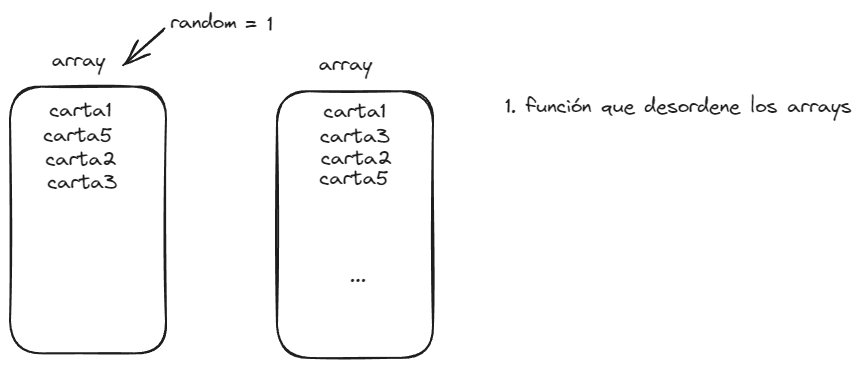
The Excalidraw diagram esquema.excalidraw.png in TCM-Noel/P100_LM, before a commit. Source tidied: one line per element, renumbered; positions are measured from the earlier drawing's top-left corner, leaving out a move shared by most shapes.
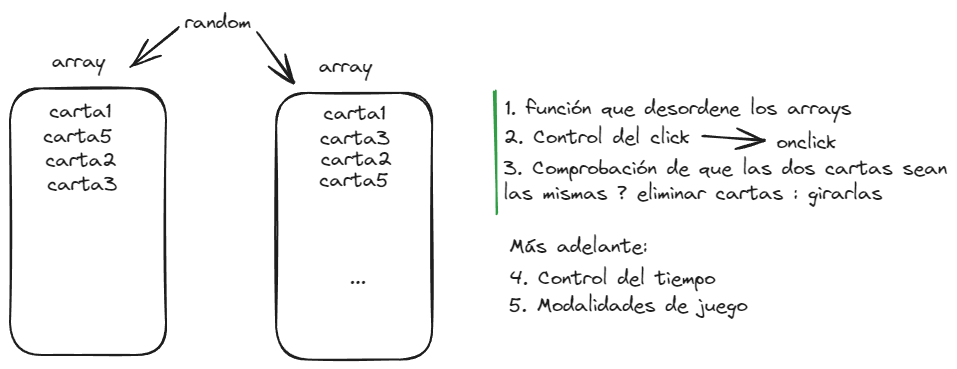
Later version of the same file.

Diff of the diagram source:
```diff
@@ -1,17 +1,25 @@
 {"id": 0, "type": "rectangle", "strokeColor": "#1e1e1e", "strokeWidth": 2, "roughness": 1, "round": true, "x": 0, "y": 77, "width": 156, "height": 267}
 {"id": 1, "type": "text", "text": "array", "strokeColor": "#1e1e1e", "strokeWidth": 2, "roughness": 1, "fontSize": 20, "fontFamily": 1, "x": 42, "y": 38, "width": 53, "height": 25}
-{"id": 2, "type": "rectangle", "strokeColor": "#1e1e1e", "strokeWidth": 2, "roughness": 1, "round": true, "x": 267, "y": 81, "width": 156, "height": 267}
+{"id": 2, "type": "rectangle", "strokeColor": "#1e1e1e", "strokeWidth": 2, "roughness": 1, "round": true, "x": 266, "y": 81, "width": 156, "height": 267}
 {"id": 3, "type": "text", "text": "array", "strokeColor": "#1e1e1e", "strokeWidth": 2, "roughness": 1, "fontSize": 20, "fontFamily": 1, "x": 309, "y": 42, "width": 53, "height": 25}
 {"id": 4, "type": "text", "text": "carta1", "strokeColor": "#1e1e1e", "strokeWidth": 2, "roughness": 1, "fontSize": 20, "fontFamily": 1, "x": 39, "y": 88, "width": 62, "height": 25}
 {"id": 5, "type": "text", "text": "carta1", "strokeColor": "#1e1e1e", "strokeWidth": 2, "roughness": 1, "fontSize": 20, "fontFamily": 1, "x": 314, "y": 89, "width": 62, "height": 25}
 {"id": 6, "type": "text", "text": "carta2", "strokeColor": "#1e1e1e", "strokeWidth": 2, "roughness": 1, "fontSize": 20, "fontFamily": 1, "x": 311, "y": 136, "width": 71, "height": 25}
 {"id": 7, "type": "text", "text": "...", "strokeColor": "#1e1e1e", "strokeWidth": 2, "roughness": 1, "fontSize": 20, "fontFamily": 1, "x": 340, "y": 253, "width": 16, "height": 25}
-{"id": 8, "type": "arrow", "strokeColor": "#1e1e1e", "strokeWidth": 2, "roughness": 1, "endArrowhead": "arrow", "round": true, "from": 9, "to": 0, "x": 154, "y": 19, "width": 40, "height": 35, "points": [[0, 0], [-40, 35]]}
+{"id": 8, "type": "arrow", "strokeColor": "#1e1e1e", "strokeWidth": 2, "roughness": 1, "endArrowhead": "arrow", "round": true, "from": 9, "to": 0, "x": 169, "y": 16, "width": 47, "height": 38, "points": [[0, 0], [-47, 38]]}
-{"id": 9, "type": "text", "text": "random", "strokeColor": "#1e1e1e", "strokeWidth": 2, "roughness": 1, "fontSize": 20, "fontFamily": 1, "x": 160, "y": 0, "width": 66, "height": 25}
+{"id": 9, "type": "text", "text": "random", "strokeColor": "#1e1e1e", "strokeWidth": 2, "roughness": 1, "fontSize": 20, "fontFamily": 1, "x": 174, "y": -2, "width": 66, "height": 25}
-{"id": 10, "type": "text", "text": "= 1", "strokeColor": "#1e1e1e", "strokeWidth": 2, "roughness": 1, "fontSize": 20, "fontFamily": 1, "x": 235, "y": 2, "width": 28, "height": 25}
 {"id": 11, "type": "text", "text": "carta3", "strokeColor": "#1e1e1e", "strokeWidth": 2, "roughness": 1, "fontSize": 20, "fontFamily": 1, "x": 310, "y": 114, "width": 70, "height": 25}
 {"id": 12, "type": "text", "text": "carta5", "strokeColor": "#1e1e1e", "strokeWidth": 2, "roughness": 1, "fontSize": 20, "fontFamily": 1, "x": 309, "y": 156, "width": 69, "height": 25}
 {"id": 13, "type": "text", "text": "carta2", "strokeColor": "#1e1e1e", "strokeWidth": 2, "roughness": 1, "fontSize": 20, "fontFamily": 1, "x": 35, "y": 136, "width": 71, "height": 25}
 {"id": 14, "type": "text", "text": "carta3", "strokeColor": "#1e1e1e", "strokeWidth": 2, "roughness": 1, "fontSize": 20, "fontFamily": 1, "x": 37, "y": 160, "width": 70, "height": 25}
 {"id": 15, "type": "text", "text": "carta5", "strokeColor": "#1e1e1e", "strokeWidth": 2, "roughness": 1, "fontSize": 20, "fontFamily": 1, "x": 33, "y": 113, "width": 69, "height": 25}
 {"id": 16, "type": "text", "text": "1. función que desordene los arrays", "strokeColor": "#1e1e1e", "backgroundColor": "#b2f2bb", "fillStyle": "solid", "strokeWidth": 2, "roughness": 1, "fontSize": 20, "fontFamily": 1, "x": 495, "y": 84, "width": 346, "height": 25}
+{"id": 17, "type": "text", "text": "2. Control del click", "strokeColor": "#1e1e1e", "backgroundColor": "#b2f2bb", "fillStyle": "solid", "strokeWidth": 2, "roughness": 1, "fontSize": 20, "fontFamily": 1, "x": 493, "y": 113, "width": 186, "height": 25}
+{"id": 18, "type": "arrow", "strokeColor": "#1e1e1e", "backgroundColor": "#b2f2bb", "fillStyle": "solid", "strokeWidth": 2, "roughness": 1, "endArrowhead": "arrow", "round": true, "from": 17, "to": 19, "x": 693, "y": 123, "width": 60, "height": 5, "points": [[0, 0], [60, 5]]}
+{"id": 19, "type": "text", "text": "onclick", "strokeColor": "#1e1e1e", "backgroundColor": "#b2f2bb", "fillStyle": "solid", "strokeWidth": 2, "roughness": 1, "fontSize": 20, "fontFamily": 1, "x": 766, "y": 118, "width": 60, "height": 25}
+{"id": 20, "type": "text", "text": "3. Comprobación de que las dos cartas sean\nlas mismas ? eliminar cartas : girarlas", "strokeColor": "#1e1e1e", "backgroundColor": "#b2f2bb", "fillStyle": "solid", "strokeWidth": 2, "roughness": 1, "fontSize": 20, "fontFamily": 1, "x": 493, "y": 144, "width": 444, "height": 50}
+{"id": 21, "type": "text", "text": "Más adelante:\n", "strokeColor": "#1e1e1e", "backgroundColor": "#b2f2bb", "fillStyle": "solid", "strokeWidth": 2, "roughness": 1, "fontSize": 20, "fontFamily": 1, "x": 499, "y": 222, "width": 138, "height": 50}
+{"id": 22, "type": "text", "text": "4. Control del tiempo", "strokeColor": "#1e1e1e", "backgroundColor": "#b2f2bb", "fillStyle": "solid", "strokeWidth": 2, "roughness": 1, "fontSize": 20, "fontFamily": 1, "x": 500, "y": 254, "width": 206, "height": 25}
+{"id": 23, "type": "text", "text": "5. Modalidades de juego", "strokeColor": "#1e1e1e", "backgroundColor": "#b2f2bb", "fillStyle": "solid", "strokeWidth": 2, "roughness": 1, "fontSize": 20, "fontFamily": 1, "x": 499, "y": 282, "width": 239, "height": 25}
+{"id": 24, "type": "line", "strokeColor": "#2f9e44", "backgroundColor": "#b2f2bb", "fillStyle": "solid", "strokeWidth": 2, "roughness": 1, "round": true, "x": 484, "y": 80, "width": 2, "height": 122, "points": [[0, 0], [2, 122]]}
+{"id": 25, "type": "arrow", "strokeColor": "#1e1e1e", "backgroundColor": "#b2f2bb", "fillStyle": "solid", "strokeWidth": 2, "roughness": 1, "endArrowhead": "arrow", "round": true, "from": 9, "to": 2, "x": 248, "y": 22, "width": 37, "height": 49, "points": [[0, 0], [37, 49]]}
```
